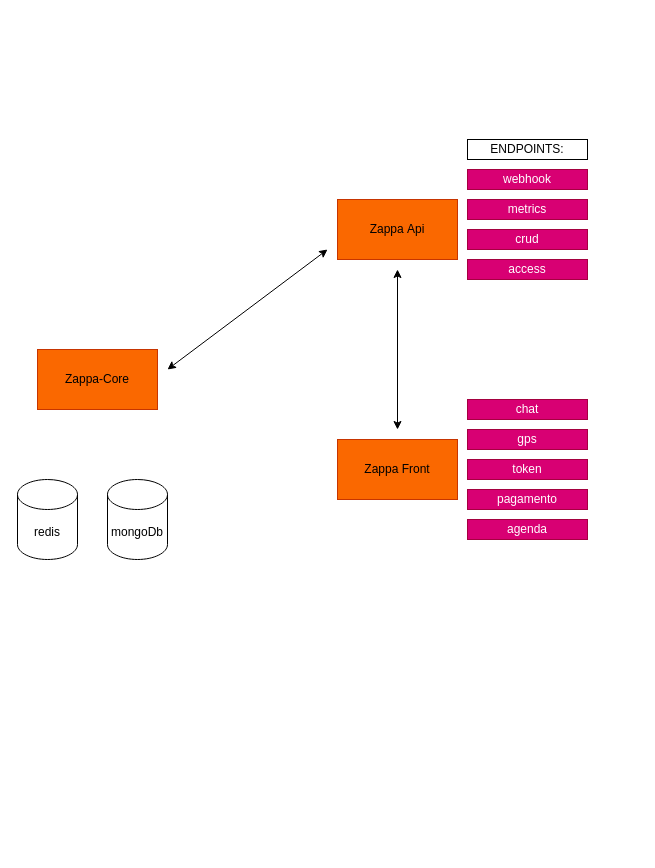
Before: zappa-geral.drawio in LeoKvra/zappa-docs, a draw.io diagram. Source tidied: cells renumbered, new cells numbered last; positions are measured from the earlier drawing's top-left corner, leaving out a move shared by most shapes. Both pictures are drawn from the tidied source at 100%, with x=0, y=0 at pixel (17, 139).
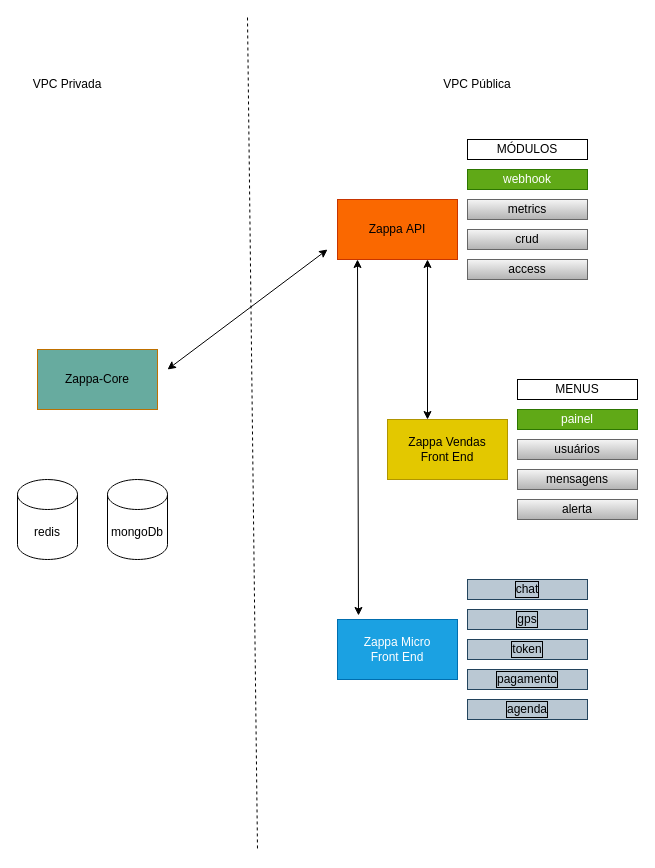
The same diagram, later.

Diff of the diagram source:
```diff
@@
-    <mxCell id="2" value="Zappa-Core" style="rounded=0;whiteSpace=wrap;html=1;fillColor=#fa6800;fontColor=#000000;strokeColor=#C73500;" parent="1" vertex="1">
+    <mxCell id="2" value="Zappa-Core" style="rounded=0;whiteSpace=wrap;html=1;fillColor=#67AB9F;fontColor=#000000;strokeColor=#BD7000;" parent="1" vertex="1">
       <mxGeometry x="20" y="210" width="120" height="60" as="geometry" />
     </mxCell>
-    <mxCell id="3" value="Zappa&amp;nbsp;&lt;span style=&quot;background-color: initial;&quot;&gt;Api&lt;/span&gt;" style="rounded=0;whiteSpace=wrap;html=1;fillColor=#fa6800;fontColor=#000000;strokeColor=#C73500;" parent="1" vertex="1">
+    <mxCell id="3" value="Zappa&amp;nbsp;&lt;span style=&quot;background-color: initial;&quot;&gt;API&lt;/span&gt;" style="rounded=0;whiteSpace=wrap;html=1;fillColor=#fa6800;fontColor=#000000;strokeColor=#C73500;" parent="1" vertex="1">
       <mxGeometry x="320" y="60" width="120" height="60" as="geometry" />
     </mxCell>
@@
-    <mxCell id="5" value="access" style="rounded=0;whiteSpace=wrap;html=1;fillColor=#d80073;fontColor=#ffffff;strokeColor=#A50040;" parent="1" vertex="1">
+    <mxCell id="5" value="access" style="rounded=0;whiteSpace=wrap;html=1;fillColor=#f5f5f5;strokeColor=#666666;gradientColor=#b3b3b3;fontColor=#000000;" parent="1" vertex="1">
       <mxGeometry x="450" y="120" width="120" height="20" as="geometry" />
     </mxCell>
-    <mxCell id="6" value="Zappa Front" style="rounded=0;whiteSpace=wrap;html=1;fillColor=#fa6800;fontColor=#000000;strokeColor=#C73500;" parent="1" vertex="1">
-      <mxGeometry x="320" y="300" width="120" height="60" as="geometry" />
+    <mxCell id="6" value="Zappa Micro&lt;br&gt;Front End" style="rounded=0;whiteSpace=wrap;html=1;fillColor=#1ba1e2;fontColor=#ffffff;strokeColor=#006EAF;" parent="1" vertex="1">
+      <mxGeometry x="320" y="480" width="120" height="60" as="geometry" />
     </mxCell>
-    <mxCell id="7" value="webhook" style="rounded=0;whiteSpace=wrap;html=1;fillColor=#d80073;fontColor=#ffffff;strokeColor=#A50040;" parent="1" vertex="1">
+    <mxCell id="7" value="webhook" style="rounded=0;whiteSpace=wrap;html=1;fillColor=#60a917;fontColor=#ffffff;strokeColor=#2D7600;" parent="1" vertex="1">
       <mxGeometry x="450" y="30" width="120" height="20" as="geometry" />
     </mxCell>
-    <mxCell id="8" value="crud" style="rounded=0;whiteSpace=wrap;html=1;fillColor=#d80073;fontColor=#ffffff;strokeColor=#A50040;" parent="1" vertex="1">
+    <mxCell id="8" value="crud" style="rounded=0;whiteSpace=wrap;html=1;fillColor=#f5f5f5;strokeColor=#666666;gradientColor=#b3b3b3;fontColor=#000000;" parent="1" vertex="1">
       <mxGeometry x="450" y="90" width="120" height="20" as="geometry" />
     </mxCell>
-    <mxCell id="9" value="metrics" style="rounded=0;whiteSpace=wrap;html=1;fillColor=#d80073;fontColor=#ffffff;strokeColor=#A50040;" parent="1" vertex="1">
+    <mxCell id="9" value="metrics" style="rounded=0;whiteSpace=wrap;html=1;fillColor=#f5f5f5;strokeColor=#666666;gradientColor=#b3b3b3;fontColor=#000000;" parent="1" vertex="1">
       <mxGeometry x="450" y="60" width="120" height="20" as="geometry" />
     </mxCell>
-    <mxCell id="10" value="chat" style="rounded=0;whiteSpace=wrap;html=1;fillColor=#d80073;fontColor=#ffffff;strokeColor=#A50040;" parent="1" vertex="1">
-      <mxGeometry x="450" y="260" width="120" height="20" as="geometry" />
+    <mxCell id="10" value="chat" style="rounded=0;whiteSpace=wrap;html=1;fillColor=#bac8d3;strokeColor=#23445d;labelBorderColor=default;fontColor=#000000;" parent="1" vertex="1">
+      <mxGeometry x="450" y="440" width="120" height="20" as="geometry" />
     </mxCell>
-    <mxCell id="11" value="gps" style="rounded=0;whiteSpace=wrap;html=1;fillColor=#d80073;fontColor=#ffffff;strokeColor=#A50040;" parent="1" vertex="1">
-      <mxGeometry x="450" y="290" width="120" height="20" as="geometry" />
+    <mxCell id="11" value="gps" style="rounded=0;whiteSpace=wrap;html=1;fillColor=#bac8d3;strokeColor=#23445d;labelBorderColor=default;fontColor=#000000;" parent="1" vertex="1">
+      <mxGeometry x="450" y="470" width="120" height="20" as="geometry" />
     </mxCell>
-    <mxCell id="12" value="token" style="rounded=0;whiteSpace=wrap;html=1;fillColor=#d80073;fontColor=#ffffff;strokeColor=#A50040;" parent="1" vertex="1">
-      <mxGeometry x="450" y="320" width="120" height="20" as="geometry" />
+    <mxCell id="12" value="token" style="rounded=0;whiteSpace=wrap;html=1;fillColor=#bac8d3;strokeColor=#23445d;labelBorderColor=default;fontColor=#000000;" parent="1" vertex="1">
+      <mxGeometry x="450" y="500" width="120" height="20" as="geometry" />
     </mxCell>
@@
-    <mxCell id="14" value="pagamento" style="rounded=0;whiteSpace=wrap;html=1;fillColor=#d80073;fontColor=#ffffff;strokeColor=#A50040;" parent="1" vertex="1">
-      <mxGeometry x="450" y="350" width="120" height="20" as="geometry" />
+    <mxCell id="14" value="pagamento" style="rounded=0;whiteSpace=wrap;html=1;fillColor=#bac8d3;strokeColor=#23445d;labelBorderColor=default;fontColor=#000000;" parent="1" vertex="1">
+      <mxGeometry x="450" y="530" width="120" height="20" as="geometry" />
     </mxCell>
-    <mxCell id="15" value="agenda" style="rounded=0;whiteSpace=wrap;html=1;fillColor=#d80073;fontColor=#ffffff;strokeColor=#A50040;" parent="1" vertex="1">
-      <mxGeometry x="450" y="380" width="120" height="20" as="geometry" />
+    <mxCell id="15" value="agenda" style="rounded=0;whiteSpace=wrap;html=1;fillColor=#bac8d3;strokeColor=#23445d;labelBorderColor=default;fontColor=#000000;" parent="1" vertex="1">
+      <mxGeometry x="450" y="560" width="120" height="20" as="geometry" />
     </mxCell>
@@
-    <mxCell id="17" style="endArrow=classic;startArrow=classic;html=1;rounded=0;" parent="1" edge="1">
+    <mxCell id="17" style="endArrow=classic;startArrow=classic;html=1;rounded=0;exitX=0.175;exitY=-0.067;exitDx=0;exitDy=0;exitPerimeter=0;" parent="1" edge="1" source="6">
       <mxGeometry relative="1" as="geometry">
-        <mxPoint x="380" y="290" as="sourcePoint" />
-        <mxPoint x="380" y="130" as="targetPoint" />
+        <mxPoint x="340" y="120" as="targetPoint" />
       </mxGeometry>
     </mxCell>
-    <mxCell id="18" value="ENDPOINTS:" style="rounded=0;whiteSpace=wrap;html=1;" parent="1" vertex="1">
+    <mxCell id="18" value="MÓDULOS" style="rounded=0;whiteSpace=wrap;html=1;" parent="1" vertex="1">
       <mxGeometry x="450" width="120" height="20" as="geometry" />
     </mxCell>
+    <mxCell id="19" value="Zappa Vendas&lt;br&gt;Front End" style="rounded=0;whiteSpace=wrap;html=1;fillColor=#e3c800;fontColor=#000000;strokeColor=#B09500;" parent="1" vertex="1">
+      <mxGeometry x="370" y="280" width="120" height="60" as="geometry" />
+    </mxCell>
+    <mxCell id="20" value="alerta" style="rounded=0;whiteSpace=wrap;html=1;fillColor=#f5f5f5;strokeColor=#666666;gradientColor=#b3b3b3;fontColor=#000000;" parent="1" vertex="1">
+      <mxGeometry x="500" y="360" width="120" height="20" as="geometry" />
+    </mxCell>
+    <mxCell id="21" value="painel" style="rounded=0;whiteSpace=wrap;html=1;fillColor=#60a917;fontColor=#ffffff;strokeColor=#2D7600;" parent="1" vertex="1">
+      <mxGeometry x="500" y="270" width="120" height="20" as="geometry" />
+    </mxCell>
+    <mxCell id="22" value="mensagens" style="rounded=0;whiteSpace=wrap;html=1;fillColor=#f5f5f5;strokeColor=#666666;gradientColor=#b3b3b3;fontColor=#000000;" parent="1" vertex="1">
+      <mxGeometry x="500" y="330" width="120" height="20" as="geometry" />
+    </mxCell>
+    <mxCell id="23" value="usuários" style="rounded=0;whiteSpace=wrap;html=1;fillColor=#f5f5f5;strokeColor=#666666;gradientColor=#b3b3b3;fontColor=#000000;" parent="1" vertex="1">
+      <mxGeometry x="500" y="300" width="120" height="20" as="geometry" />
+    </mxCell>
+    <mxCell id="24" value="MENUS" style="rounded=0;whiteSpace=wrap;html=1;" parent="1" vertex="1">
+      <mxGeometry x="500" y="240" width="120" height="20" as="geometry" />
+    </mxCell>
+    <mxCell id="25" style="endArrow=classic;startArrow=classic;html=1;rounded=0;" parent="1" edge="1">
+      <mxGeometry relative="1" as="geometry">
+        <mxPoint x="410" y="280" as="sourcePoint" />
+        <mxPoint x="410" y="120" as="targetPoint" />
+      </mxGeometry>
+    </mxCell>
+    <mxCell id="26" style="endArrow=none;dashed=1;html=1;rounded=0;" parent="1" edge="1">
+      <mxGeometry relative="1" as="geometry">
+        <mxPoint x="230" y="-122" as="sourcePoint" />
+        <mxPoint x="240" y="710" as="targetPoint" />
+      </mxGeometry>
+    </mxCell>
+    <mxCell id="27" value="VPC Privada" style="text;html=1;align=center;verticalAlign=middle;whiteSpace=wrap;rounded=0;" parent="1" vertex="1">
+      <mxGeometry y="-70" width="100" height="30" as="geometry" />
+    </mxCell>
+    <mxCell id="28" value="VPC Pública" style="text;html=1;align=center;verticalAlign=middle;whiteSpace=wrap;rounded=0;" parent="1" vertex="1">
+      <mxGeometry x="410" y="-70" width="100" height="30" as="geometry" />
+    </mxCell>
```
